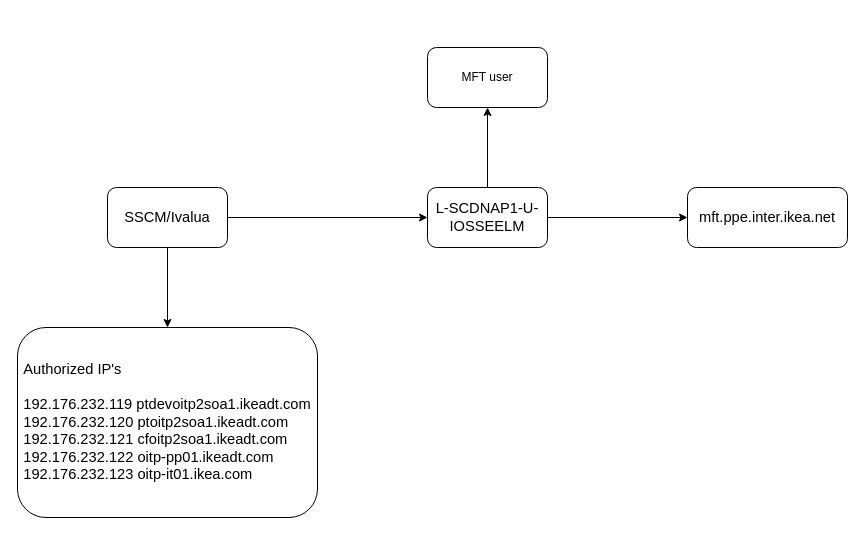
nselangovan/powerofdata keeps this draw.io diagram as MFT_user_flag.drawio. Above is the earlier version. Source tidied: cells renumbered, new cells numbered last; positions are measured from the earlier drawing's top-left corner, leaving out a move shared by most shapes. Both pictures are drawn from the tidied source at 100%, with x=0, y=0 at pixel (17, 47).
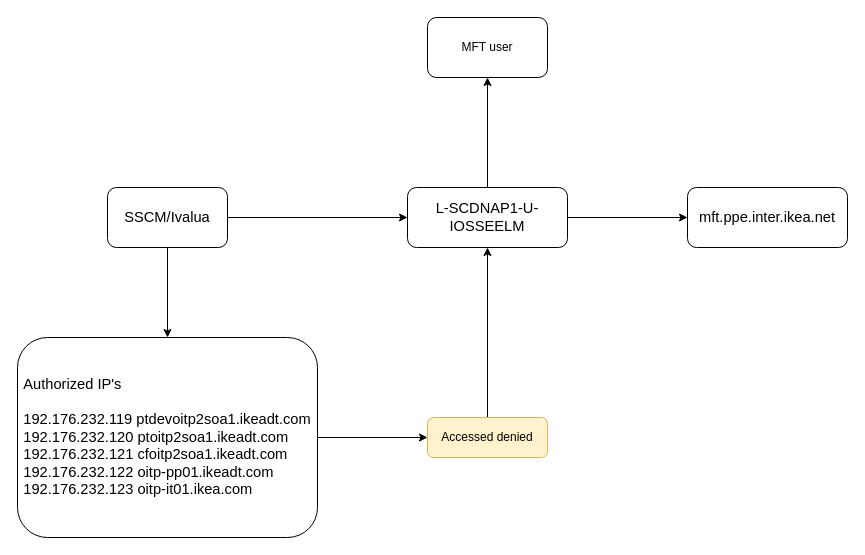
After the change.

Change to the diagram source:
```diff
@@
 <mxGraphModel>
   <root>
     <mxCell id="0" />
     <mxCell id="1" parent="0" />
     <mxCell id="2" style="edgeStyle=orthogonalEdgeStyle;rounded=0;jettySize=auto;html=1;" parent="1" edge="1" source="4" target="7">
       <mxGeometry relative="1" as="geometry" />
     </mxCell>
     <mxCell id="3" style="edgeStyle=orthogonalEdgeStyle;rounded=0;jettySize=auto;html=1;" parent="1" edge="1" source="4" target="9">
       <mxGeometry relative="1" as="geometry" />
     </mxCell>
     <mxCell id="4" value="&lt;div style=&quot;font-family: Calibri; font-size: 14.6667px; text-align: start; background-color: rgb(255, 255, 255);&quot; class=&quot;ewa-rteLine&quot;&gt;SSCM/Ivalua&lt;/div&gt;" style="rounded=1;whiteSpace=wrap;html=1;" parent="1" vertex="1">
       <mxGeometry x="90" y="140" width="120" height="60" as="geometry" />
     </mxCell>
     <mxCell id="5" style="edgeStyle=orthogonalEdgeStyle;rounded=0;jettySize=auto;html=1;" parent="1" edge="1" source="7" target="8">
       <mxGeometry relative="1" as="geometry" />
     </mxCell>
     <mxCell id="6" style="edgeStyle=orthogonalEdgeStyle;rounded=0;jettySize=auto;html=1;" parent="1" edge="1" source="7" target="10">
       <mxGeometry relative="1" as="geometry" />
     </mxCell>
     <mxCell id="7" value="&lt;span style=&quot;font-family: Calibri; font-size: 14.6667px; text-align: start; background-color: rgb(255, 255, 255);&quot;&gt;L-SCDNAP1-U-IOSSEELM&lt;/span&gt;&lt;br&gt;" style="whiteSpace=wrap;html=1;rounded=1;" parent="1" vertex="1">
-      <mxGeometry x="410" y="140" width="120" height="60" as="geometry" />
+      <mxGeometry x="390" y="140" width="160" height="60" as="geometry" />
     </mxCell>
     <mxCell id="8" value="&lt;span style=&quot;font-family: Calibri; font-size: 14.6667px; text-align: start; background-color: rgb(255, 255, 255);&quot;&gt; mft.ppe.inter.ikea.net&lt;/span&gt;" style="whiteSpace=wrap;html=1;rounded=1;" parent="1" vertex="1">
       <mxGeometry x="670" y="140" width="160" height="60" as="geometry" />
     </mxCell>
+    <mxCell id="11" style="edgeStyle=orthogonalEdgeStyle;rounded=0;jettySize=auto;html=1;" parent="1" edge="1" source="9" target="13">
+      <mxGeometry relative="1" as="geometry" />
+    </mxCell>
     <mxCell id="9" value="&lt;div style=&quot;font-family: Calibri; font-size: 14.6667px; text-align: start; background-color: rgb(255, 255, 255);&quot; class=&quot;ewa-rteLine&quot;&gt;Authorized IP's&lt;/div&gt;&lt;div style=&quot;font-family: Calibri; font-size: 14.6667px; text-align: start; background-color: rgb(255, 255, 255);&quot; class=&quot;ewa-rteLine&quot;&gt;&lt;br&gt;&lt;/div&gt;&lt;div style=&quot;font-family: Calibri; font-size: 14.6667px; text-align: start; background-color: rgb(255, 255, 255);&quot; class=&quot;ewa-rteLine&quot;&gt;192.176.232.119    ptdevoitp2soa1.ikeadt.com&lt;/div&gt;&lt;div style=&quot;font-family: Calibri; font-size: 14.6667px; text-align: start; background-color: rgb(255, 255, 255);&quot; class=&quot;ewa-rteLine&quot;&gt;192.176.232.120    ptoitp2soa1.ikeadt.com&lt;/div&gt;&lt;div style=&quot;font-family: Calibri; font-size: 14.6667px; text-align: start; background-color: rgb(255, 255, 255);&quot; class=&quot;ewa-rteLine&quot;&gt;192.176.232.121 cfoitp2soa1.ikeadt.com&lt;/div&gt;&lt;div style=&quot;font-family: Calibri; font-size: 14.6667px; text-align: start; background-color: rgb(255, 255, 255);&quot; class=&quot;ewa-rteLine&quot;&gt;192.176.232.122 oitp-pp01.ikeadt.com&lt;/div&gt;&lt;div style=&quot;font-family: Calibri; font-size: 14.6667px; text-align: start; background-color: rgb(255, 255, 255);&quot; class=&quot;ewa-rteLine&quot;&gt;192.176.232.123 oitp-it01.ikea.com&lt;/div&gt;" style="whiteSpace=wrap;html=1;rounded=1;" parent="1" vertex="1">
-      <mxGeometry y="280" width="300" height="190" as="geometry" />
+      <mxGeometry y="290" width="300" height="200" as="geometry" />
     </mxCell>
     <mxCell id="10" value="MFT user" style="whiteSpace=wrap;html=1;rounded=1;" parent="1" vertex="1">
-      <mxGeometry x="410" width="120" height="60" as="geometry" />
+      <mxGeometry x="410" y="-30" width="120" height="60" as="geometry" />
     </mxCell>
+    <mxCell id="12" style="edgeStyle=orthogonalEdgeStyle;rounded=0;jettySize=auto;html=1;entryX=0.5;entryY=1;entryDx=0;entryDy=0;" parent="1" edge="1" source="13" target="7">
+      <mxGeometry relative="1" as="geometry" />
+    </mxCell>
+    <mxCell id="13" value="Accessed denied" style="whiteSpace=wrap;html=1;rounded=1;fillColor=#fff2cc;strokeColor=#d6b656;" parent="1" vertex="1">
+      <mxGeometry x="410" y="370" width="120" height="40" as="geometry" />
+    </mxCell>
   </root>
 </mxGraphModel>
```
